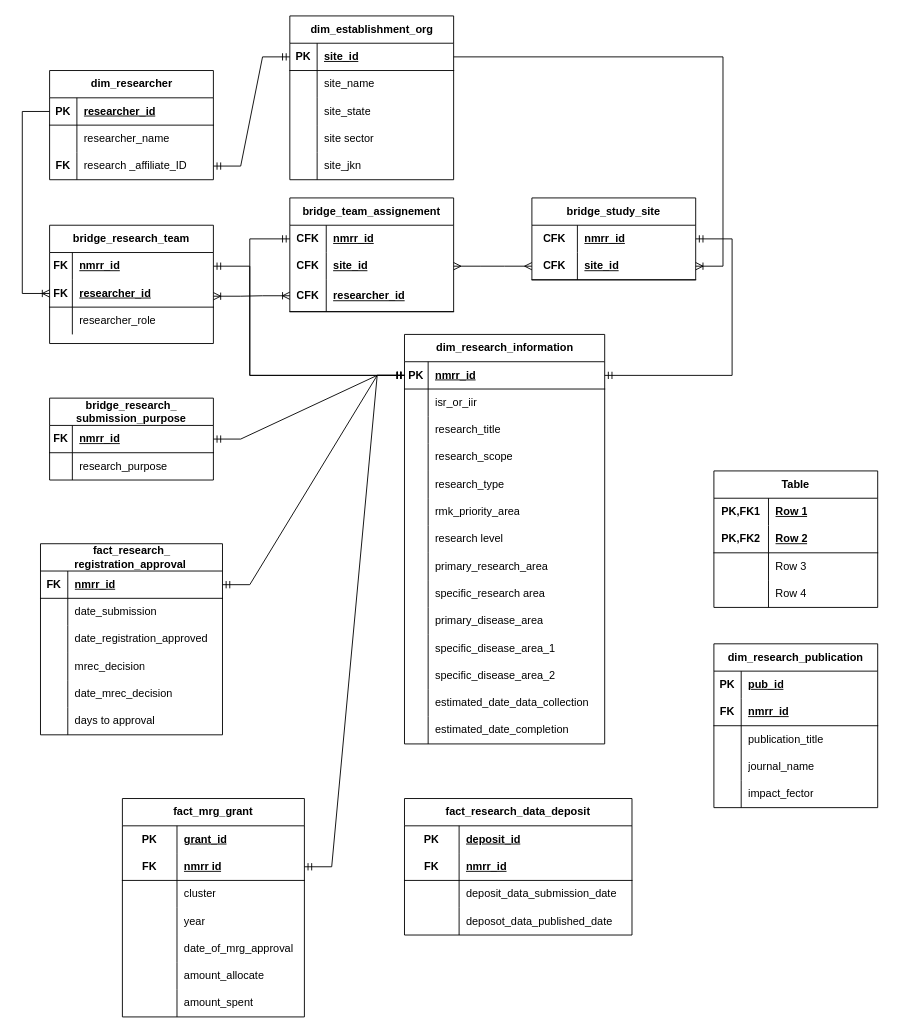
The draw.io diagram PRISM Data Concept .drawio in rafsyahmi/prism_data_concepts, before the edit. Source tidied: cells renumbered, new cells numbered last; positions are measured from the earlier drawing's top-left corner, leaving out a move shared by most shapes. Both pictures are drawn from the tidied source at 91%, with x=0, y=0 at pixel (22, 15).
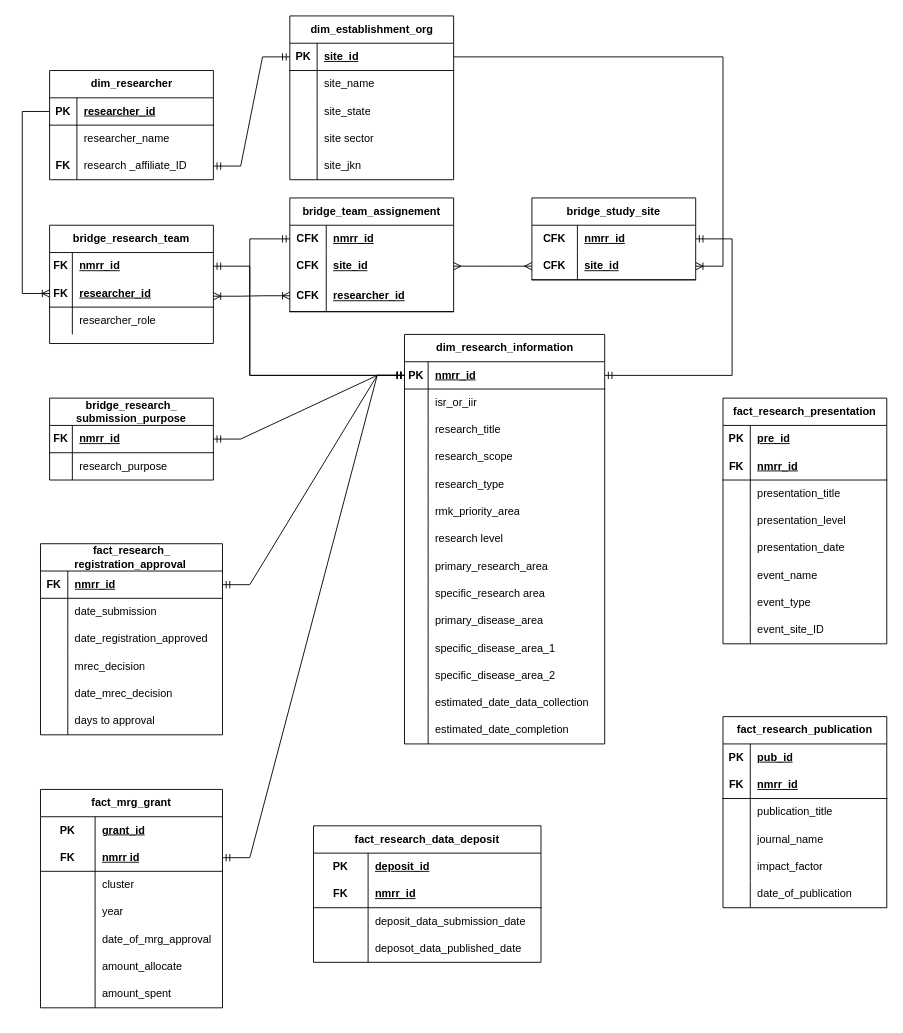
The same diagram, later.

Commit message:
presentation & publication fact table

Unchanged cells that the change refers to:
```xml
<mxCell id="183" style="shape=tableRow;horizontal=0;startSize=0;swimlaneHead=0;swimlaneBody=0;fillColor=none;top=0;left=0;right=0;bottom=0;html=1;" parent="170" vertex="1">
  <mxGeometry y="150" width="180" height="30" as="geometry" />
</mxCell>
<mxCell id="187" style="shape=tableRow;horizontal=0;startSize=0;swimlaneHead=0;swimlaneBody=0;fillColor=none;top=0;left=0;right=0;bottom=0;html=1;" parent="186" vertex="1">
  <mxGeometry y="30" width="180" height="30" as="geometry" />
</mxCell>
<mxCell id="190" style="shape=tableRow;horizontal=0;startSize=0;swimlaneHead=0;swimlaneBody=0;fillColor=none;top=0;left=0;right=0;bottom=1;html=1;" parent="186" vertex="1">
  <mxGeometry y="60" width="180" height="30" as="geometry" />
</mxCell>
<mxCell id="193" style="shape=tableRow;horizontal=0;startSize=0;swimlaneHead=0;swimlaneBody=0;fillColor=none;top=0;left=0;right=0;bottom=0;html=1;" parent="186" vertex="1">
  <mxGeometry y="90" width="180" height="30" as="geometry" />
</mxCell>
<mxCell id="196" style="shape=tableRow;horizontal=0;startSize=0;swimlaneHead=0;swimlaneBody=0;fillColor=none;top=0;left=0;right=0;bottom=0;html=1;" parent="186" vertex="1">
  <mxGeometry y="120" width="180" height="30" as="geometry" />
</mxCell>
```

What changed in the source:
```diff
@@
     <mxCell id="124" value="&lt;span style=&quot;text-wrap-mode: nowrap;&quot;&gt;fact_mrg_grant&lt;/span&gt;" style="shape=table;startSize=30;childLayout=tableLayout;rowLines=0;fontStyle=1;align=center;html=1;whiteSpace=wrap;" parent="1" vertex="1">
-      <mxGeometry x="110" y="860" width="200" height="240" as="geometry" />
+      <mxGeometry x="20" y="850" width="200" height="240" as="geometry" />
     </mxCell>
@@
     <mxCell id="146" value="fact_research_data_deposit" style="shape=table;startSize=30;childLayout=tableLayout;rowLines=0;fontStyle=1;align=center;html=1;whiteSpace=wrap;" parent="1" vertex="1">
-      <mxGeometry x="420" y="860" width="250" height="150" as="geometry" />
+      <mxGeometry x="320" y="890" width="250" height="150" as="geometry" />
     </mxCell>
@@
-    <mxCell id="170" value="dim_research_publication" style="shape=table;startSize=30;childLayout=tableLayout;rowLines=0;fontStyle=1;align=center;html=1;whiteSpace=wrap;" parent="1" vertex="1">
-      <mxGeometry x="760" y="690" width="180" height="180" as="geometry" />
+    <mxCell id="170" value="fact_research_publication" style="shape=table;startSize=30;childLayout=tableLayout;rowLines=0;fontStyle=1;align=center;html=1;whiteSpace=wrap;" parent="1" vertex="1">
+      <mxGeometry x="770" y="770" width="180" height="210" as="geometry" />
     </mxCell>
@@
-    <mxCell id="185" value="impact_fector" style="shape=partialRectangle;fillColor=none;top=0;left=0;bottom=0;right=0;align=left;spacingLeft=6;overflow=hidden;html=1;whiteSpace=wrap;" parent="183" vertex="1">
+    <mxCell id="185" value="impact_factor" style="shape=partialRectangle;fillColor=none;top=0;left=0;bottom=0;right=0;align=left;spacingLeft=6;overflow=hidden;html=1;whiteSpace=wrap;" parent="183" vertex="1">
       <mxGeometry x="30" width="150" height="30" as="geometry" />
     </mxCell>
+    <mxCell id="199" style="shape=tableRow;horizontal=0;startSize=0;swimlaneHead=0;swimlaneBody=0;fillColor=none;top=0;left=0;right=0;bottom=0;html=1;" parent="170" vertex="1">
+      <mxGeometry y="180" width="180" height="30" as="geometry" />
+    </mxCell>
+    <mxCell id="200" style="shape=partialRectangle;fillColor=none;top=0;left=0;bottom=0;right=0;overflow=hidden;html=1;whiteSpace=wrap;" parent="199" vertex="1">
+      <mxGeometry width="30" height="30" as="geometry" />
+    </mxCell>
+    <mxCell id="201" value="date_of_publication" style="shape=partialRectangle;fillColor=none;top=0;left=0;bottom=0;right=0;align=left;spacingLeft=6;overflow=hidden;html=1;whiteSpace=wrap;" parent="199" vertex="1">
+      <mxGeometry x="30" width="150" height="30" as="geometry" />
+    </mxCell>
-    <mxCell id="186" value="Table" style="shape=table;startSize=30;childLayout=tableLayout;rowLines=0;fontStyle=1;align=center;html=1;whiteSpace=wrap;" parent="1" vertex="1">
-      <mxGeometry x="760" y="500" width="180" height="150" as="geometry" />
+    <mxCell id="186" value="fact_research_presentation" style="shape=table;startSize=30;childLayout=tableLayout;rowLines=0;fontStyle=1;align=center;html=1;whiteSpace=wrap;" parent="1" vertex="1">
+      <mxGeometry x="770" y="420" width="180" height="270" as="geometry" />
     </mxCell>
@@
-    <mxCell id="188" value="PK,FK1" style="shape=partialRectangle;fillColor=none;top=0;left=0;bottom=0;right=0;fontStyle=1;overflow=hidden;html=1;whiteSpace=wrap;" parent="187" vertex="1">
-      <mxGeometry width="60" height="30" as="geometry" />
+    <mxCell id="188" value="PK" style="shape=partialRectangle;fillColor=none;top=0;left=0;bottom=0;right=0;fontStyle=1;overflow=hidden;html=1;whiteSpace=wrap;" parent="187" vertex="1">
+      <mxGeometry width="30" height="30" as="geometry" />
     </mxCell>
-    <mxCell id="189" value="Row 1" style="shape=partialRectangle;fillColor=none;top=0;left=0;bottom=0;right=0;align=left;spacingLeft=6;fontStyle=5;overflow=hidden;html=1;whiteSpace=wrap;" parent="187" vertex="1">
-      <mxGeometry x="60" width="120" height="30" as="geometry" />
+    <mxCell id="189" value="pre_id" style="shape=partialRectangle;fillColor=none;top=0;left=0;bottom=0;right=0;align=left;spacingLeft=6;fontStyle=5;overflow=hidden;html=1;whiteSpace=wrap;" parent="187" vertex="1">
+      <mxGeometry x="30" width="150" height="30" as="geometry" />
     </mxCell>
@@
-    <mxCell id="191" value="PK,FK2" style="shape=partialRectangle;fillColor=none;top=0;left=0;bottom=0;right=0;fontStyle=1;overflow=hidden;html=1;whiteSpace=wrap;" parent="190" vertex="1">
-      <mxGeometry width="60" height="30" as="geometry" />
+    <mxCell id="191" value="FK" style="shape=partialRectangle;fillColor=none;top=0;left=0;bottom=0;right=0;fontStyle=1;overflow=hidden;html=1;whiteSpace=wrap;" parent="190" vertex="1">
+      <mxGeometry width="30" height="30" as="geometry" />
     </mxCell>
-    <mxCell id="192" value="Row 2" style="shape=partialRectangle;fillColor=none;top=0;left=0;bottom=0;right=0;align=left;spacingLeft=6;fontStyle=5;overflow=hidden;html=1;whiteSpace=wrap;" parent="190" vertex="1">
-      <mxGeometry x="60" width="120" height="30" as="geometry" />
+    <mxCell id="192" value="nmrr_id" style="shape=partialRectangle;fillColor=none;top=0;left=0;bottom=0;right=0;align=left;spacingLeft=6;fontStyle=5;overflow=hidden;html=1;whiteSpace=wrap;" parent="190" vertex="1">
+      <mxGeometry x="30" width="150" height="30" as="geometry" />
     </mxCell>
@@
     <mxCell id="194" style="shape=partialRectangle;fillColor=none;top=0;left=0;bottom=0;right=0;overflow=hidden;html=1;whiteSpace=wrap;" parent="193" vertex="1">
-      <mxGeometry width="60" height="30" as="geometry" />
+      <mxGeometry width="30" height="30" as="geometry" />
     </mxCell>
-    <mxCell id="195" value="Row 3" style="shape=partialRectangle;fillColor=none;top=0;left=0;bottom=0;right=0;align=left;spacingLeft=6;overflow=hidden;html=1;whiteSpace=wrap;" parent="193" vertex="1">
-      <mxGeometry x="60" width="120" height="30" as="geometry" />
+    <mxCell id="195" value="presentation_title" style="shape=partialRectangle;fillColor=none;top=0;left=0;bottom=0;right=0;align=left;spacingLeft=6;overflow=hidden;html=1;whiteSpace=wrap;" parent="193" vertex="1">
+      <mxGeometry x="30" width="150" height="30" as="geometry" />
     </mxCell>
@@
     <mxCell id="197" style="shape=partialRectangle;fillColor=none;top=0;left=0;bottom=0;right=0;overflow=hidden;html=1;whiteSpace=wrap;" parent="196" vertex="1">
-      <mxGeometry width="60" height="30" as="geometry" />
+      <mxGeometry width="30" height="30" as="geometry" />
     </mxCell>
-    <mxCell id="198" value="Row 4" style="shape=partialRectangle;fillColor=none;top=0;left=0;bottom=0;right=0;align=left;spacingLeft=6;overflow=hidden;html=1;whiteSpace=wrap;" parent="196" vertex="1">
-      <mxGeometry x="60" width="120" height="30" as="geometry" />
+    <mxCell id="198" value="presentation_level" style="shape=partialRectangle;fillColor=none;top=0;left=0;bottom=0;right=0;align=left;spacingLeft=6;overflow=hidden;html=1;whiteSpace=wrap;" parent="196" vertex="1">
+      <mxGeometry x="30" width="150" height="30" as="geometry" />
     </mxCell>
+    <mxCell id="202" style="shape=tableRow;horizontal=0;startSize=0;swimlaneHead=0;swimlaneBody=0;fillColor=none;top=0;left=0;right=0;bottom=0;html=1;" parent="186" vertex="1">
+      <mxGeometry y="150" width="180" height="30" as="geometry" />
+    </mxCell>
+    <mxCell id="203" style="shape=partialRectangle;fillColor=none;top=0;left=0;bottom=0;right=0;overflow=hidden;html=1;whiteSpace=wrap;" parent="202" vertex="1">
+      <mxGeometry width="30" height="30" as="geometry" />
+    </mxCell>
+    <mxCell id="204" value="presentation_date" style="shape=partialRectangle;fillColor=none;top=0;left=0;bottom=0;right=0;align=left;spacingLeft=6;overflow=hidden;html=1;whiteSpace=wrap;" parent="202" vertex="1">
+      <mxGeometry x="30" width="150" height="30" as="geometry" />
+    </mxCell>
+    <mxCell id="205" style="shape=tableRow;horizontal=0;startSize=0;swimlaneHead=0;swimlaneBody=0;fillColor=none;top=0;left=0;right=0;bottom=0;html=1;" parent="186" vertex="1">
+      <mxGeometry y="180" width="180" height="30" as="geometry" />
+    </mxCell>
+    <mxCell id="206" style="shape=partialRectangle;fillColor=none;top=0;left=0;bottom=0;right=0;overflow=hidden;html=1;whiteSpace=wrap;" parent="205" vertex="1">
+      <mxGeometry width="30" height="30" as="geometry" />
+    </mxCell>
+    <mxCell id="207" value="event_name" style="shape=partialRectangle;fillColor=none;top=0;left=0;bottom=0;right=0;align=left;spacingLeft=6;overflow=hidden;html=1;whiteSpace=wrap;" parent="205" vertex="1">
+      <mxGeometry x="30" width="150" height="30" as="geometry" />
+    </mxCell>
+    <mxCell id="208" style="shape=tableRow;horizontal=0;startSize=0;swimlaneHead=0;swimlaneBody=0;fillColor=none;top=0;left=0;right=0;bottom=0;html=1;" parent="186" vertex="1">
+      <mxGeometry y="210" width="180" height="30" as="geometry" />
+    </mxCell>
+    <mxCell id="209" style="shape=partialRectangle;fillColor=none;top=0;left=0;bottom=0;right=0;overflow=hidden;html=1;whiteSpace=wrap;" parent="208" vertex="1">
+      <mxGeometry width="30" height="30" as="geometry" />
+    </mxCell>
+    <mxCell id="210" value="event_type" style="shape=partialRectangle;fillColor=none;top=0;left=0;bottom=0;right=0;align=left;spacingLeft=6;overflow=hidden;html=1;whiteSpace=wrap;" parent="208" vertex="1">
+      <mxGeometry x="30" width="150" height="30" as="geometry" />
+    </mxCell>
+    <mxCell id="211" style="shape=tableRow;horizontal=0;startSize=0;swimlaneHead=0;swimlaneBody=0;fillColor=none;top=0;left=0;right=0;bottom=0;html=1;" parent="186" vertex="1">
+      <mxGeometry y="240" width="180" height="30" as="geometry" />
+    </mxCell>
+    <mxCell id="212" style="shape=partialRectangle;fillColor=none;top=0;left=0;bottom=0;right=0;overflow=hidden;html=1;whiteSpace=wrap;" parent="211" vertex="1">
+      <mxGeometry width="30" height="30" as="geometry" />
+    </mxCell>
+    <mxCell id="213" value="event_site_ID" style="shape=partialRectangle;fillColor=none;top=0;left=0;bottom=0;right=0;align=left;spacingLeft=6;overflow=hidden;html=1;whiteSpace=wrap;" parent="211" vertex="1">
+      <mxGeometry x="30" width="150" height="30" as="geometry" />
+    </mxCell>
```
